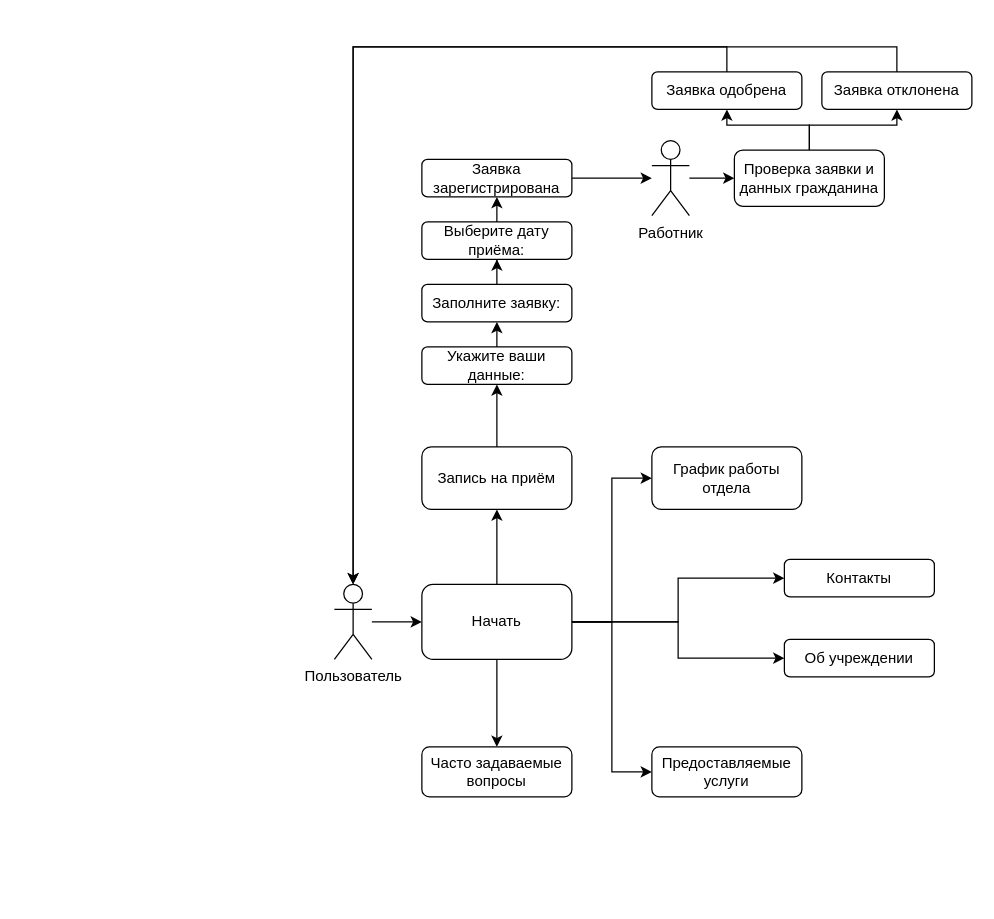
Above: Диаграмма без названия.drawio in notstateplayhx/Diplom (draw.io), before the change. Source tidied: cells renumbered, new cells numbered last; positions are measured from the earlier drawing's top-left corner, leaving out a move shared by most shapes. Both pictures are drawn from the tidied source at 125%, with x=0, y=0 at pixel (334, 71).
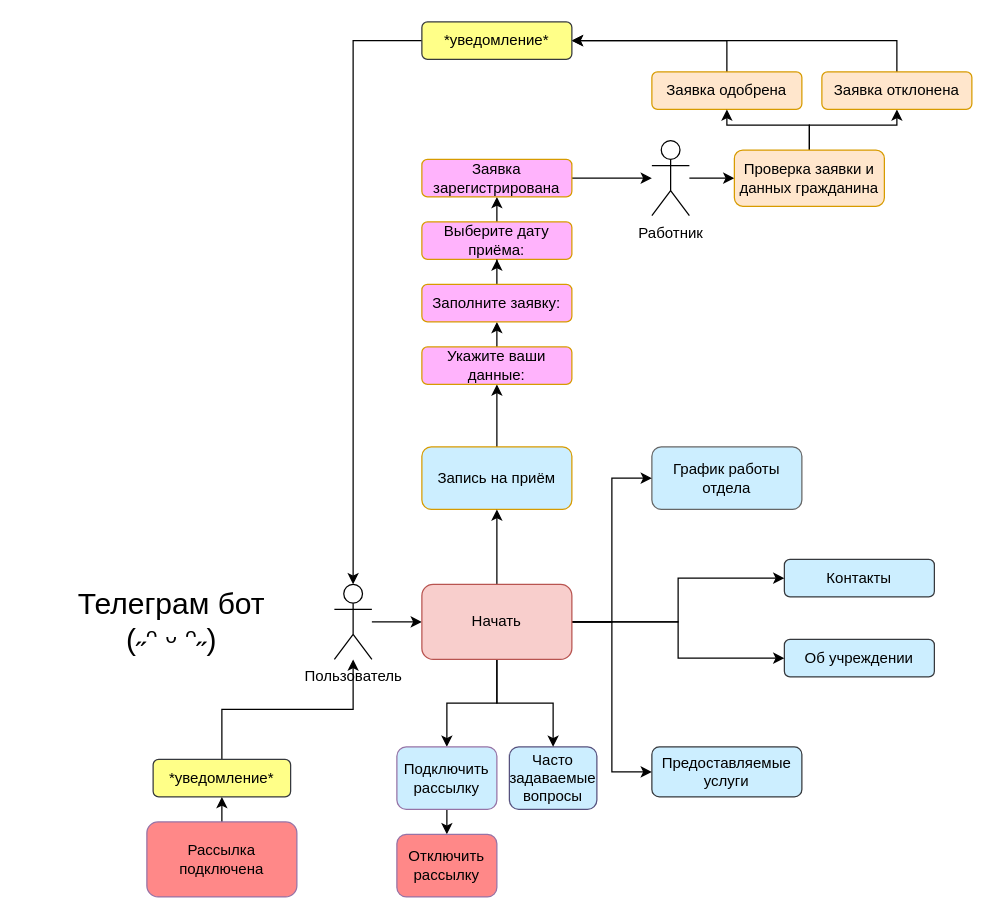
After the change.

The change refers to these unchanged cells:
```xml
<mxCell id="3" value="Пользователь" style="shape=umlActor;verticalLabelPosition=bottom;verticalAlign=top;html=1;outlineConnect=0;" parent="1" vertex="1">
  <mxGeometry y="410" width="30" height="60" as="geometry" />
</mxCell>
```

What changed in the source:
```diff
@@
-    <mxCell id="5" value="Запись на приём" style="rounded=1;whiteSpace=wrap;html=1;" parent="1" vertex="1">
+    <mxCell id="5" value="Запись на приём" style="rounded=1;whiteSpace=wrap;html=1;fillColor=#CCEEFF;strokeColor=#d79b00;" parent="1" vertex="1">
       <mxGeometry x="70" y="300" width="120" height="50" as="geometry" />
     </mxCell>
-    <mxCell id="6" value="График работы отдела" style="rounded=1;whiteSpace=wrap;html=1;" parent="1" vertex="1">
+    <mxCell id="6" value="&lt;font color=&quot;#000000&quot;&gt;График работы отдела&lt;/font&gt;" style="rounded=1;whiteSpace=wrap;html=1;fillColor=#CCEEFF;fontColor=#333333;strokeColor=#666666;" parent="1" vertex="1">
       <mxGeometry x="254" y="300" width="120" height="50" as="geometry" />
     </mxCell>
-    <mxCell id="7" value="Контакты" style="rounded=1;whiteSpace=wrap;html=1;" parent="1" vertex="1">
+    <mxCell id="7" value="Контакты" style="rounded=1;whiteSpace=wrap;html=1;fillColor=#CCEEFF;strokeColor=#36393d;" parent="1" vertex="1">
       <mxGeometry x="360" y="390" width="120" height="30" as="geometry" />
     </mxCell>
-    <mxCell id="8" value="Об учреждении" style="rounded=1;whiteSpace=wrap;html=1;" parent="1" vertex="1">
+    <mxCell id="8" value="Об учреждении" style="rounded=1;whiteSpace=wrap;html=1;fillColor=#CCEEFF;strokeColor=#36393d;" parent="1" vertex="1">
       <mxGeometry x="360" y="454" width="120" height="30" as="geometry" />
     </mxCell>
-    <mxCell id="9" value="Предоставляемые услуги" style="rounded=1;whiteSpace=wrap;html=1;" parent="1" vertex="1">
+    <mxCell id="9" value="Предоставляемые услуги" style="rounded=1;whiteSpace=wrap;html=1;fillColor=#CCEEFF;strokeColor=#36393d;" parent="1" vertex="1">
       <mxGeometry x="254" y="540" width="120" height="40" as="geometry" />
     </mxCell>
-    <mxCell id="10" value="Часто задаваемые вопросы" style="rounded=1;whiteSpace=wrap;html=1;" parent="1" vertex="1">
-      <mxGeometry x="70" y="540" width="120" height="40" as="geometry" />
+    <mxCell id="10" value="Часто задаваемые вопросы" style="rounded=1;whiteSpace=wrap;html=1;fillColor=#CCEEFF;strokeColor=#56517e;" parent="1" vertex="1">
+      <mxGeometry x="140" y="540" width="70" height="50" as="geometry" />
     </mxCell>
@@
+    <mxCell id="36" style="edgeStyle=orthogonalEdgeStyle;rounded=0;jettySize=auto;html=1;exitX=0.5;exitY=1;exitDx=0;exitDy=0;entryX=0.5;entryY=0;entryDx=0;entryDy=0;" parent="1" edge="1" source="17" target="41">
+      <mxGeometry relative="1" as="geometry" />
+    </mxCell>
-    <mxCell id="17" value="Начать" style="rounded=1;whiteSpace=wrap;html=1;" parent="1" vertex="1">
+    <mxCell id="17" value="Начать" style="rounded=1;whiteSpace=wrap;html=1;fillColor=#f8cecc;strokeColor=#b85450;" parent="1" vertex="1">
       <mxGeometry x="70" y="410" width="120" height="60" as="geometry" />
     </mxCell>
@@
-    <mxCell id="19" value="Укажите ваши данные:" style="rounded=1;whiteSpace=wrap;html=1;" parent="1" vertex="1">
+    <mxCell id="19" value="Укажите ваши данные:" style="rounded=1;whiteSpace=wrap;html=1;fillColor=#FFB3FC;strokeColor=#d79b00;" parent="1" vertex="1">
       <mxGeometry x="70" y="220" width="120" height="30" as="geometry" />
     </mxCell>
@@
-    <mxCell id="21" value="Выберите дату приёма:" style="rounded=1;whiteSpace=wrap;html=1;" parent="1" vertex="1">
+    <mxCell id="21" value="Выберите дату приёма:" style="rounded=1;whiteSpace=wrap;html=1;fillColor=#FFB3FC;strokeColor=#d79b00;" parent="1" vertex="1">
       <mxGeometry x="70" y="120" width="120" height="30" as="geometry" />
     </mxCell>
@@
-    <mxCell id="23" value="Заполните заявку:" style="rounded=1;whiteSpace=wrap;html=1;" parent="1" vertex="1">
+    <mxCell id="23" value="Заполните заявку:" style="rounded=1;whiteSpace=wrap;html=1;fillColor=#FFB3FC;strokeColor=#d79b00;" parent="1" vertex="1">
       <mxGeometry x="70" y="170" width="120" height="30" as="geometry" />
     </mxCell>
@@
+    <mxCell id="37" style="edgeStyle=orthogonalEdgeStyle;rounded=0;jettySize=auto;html=1;exitX=0.5;exitY=0;exitDx=0;exitDy=0;entryX=1;entryY=0.5;entryDx=0;entryDy=0;" parent="1" edge="1" source="26" target="45">
+      <mxGeometry relative="1" as="geometry" />
+    </mxCell>
-    <mxCell id="26" value="Заявка одобрена" style="rounded=1;whiteSpace=wrap;html=1;" parent="1" vertex="1">
+    <mxCell id="26" value="Заявка одобрена" style="rounded=1;whiteSpace=wrap;html=1;fillColor=#ffe6cc;strokeColor=#d79b00;" parent="1" vertex="1">
       <mxGeometry x="254" width="120" height="30" as="geometry" />
     </mxCell>
@@
-    <mxCell id="29" value="Проверка заявки и данных гражданина" style="rounded=1;whiteSpace=wrap;html=1;" parent="1" vertex="1">
+    <mxCell id="29" value="Проверка заявки и данных гражданина" style="rounded=1;whiteSpace=wrap;html=1;fillColor=#ffe6cc;strokeColor=#d79b00;" parent="1" vertex="1">
       <mxGeometry x="320" y="62.5" width="120" height="45" as="geometry" />
     </mxCell>
@@
-    <mxCell id="31" style="edgeStyle=orthogonalEdgeStyle;rounded=0;jettySize=auto;html=1;exitX=0.5;exitY=0;exitDx=0;exitDy=0;entryX=0.5;entryY=0;entryDx=0;entryDy=0;entryPerimeter=0;" parent="1" edge="1" source="26" target="3">
-      <mxGeometry relative="1" as="geometry" />
-    </mxCell>
@@
-    <mxCell id="33" value="Заявка зарегистрирована" style="rounded=1;whiteSpace=wrap;html=1;" parent="1" vertex="1">
+    <mxCell id="33" value="Заявка зарегистрирована" style="rounded=1;whiteSpace=wrap;html=1;fillColor=#FFB3FC;strokeColor=#d79b00;" parent="1" vertex="1">
       <mxGeometry x="70" y="70" width="120" height="30" as="geometry" />
     </mxCell>
+    <mxCell id="38" style="edgeStyle=orthogonalEdgeStyle;rounded=0;jettySize=auto;html=1;exitX=0.5;exitY=0;exitDx=0;exitDy=0;entryX=1;entryY=0.5;entryDx=0;entryDy=0;" parent="1" edge="1" source="34" target="45">
+      <mxGeometry relative="1" as="geometry" />
+    </mxCell>
-    <mxCell id="34" value="Заявка отклонена" style="rounded=1;whiteSpace=wrap;html=1;" parent="1" vertex="1">
+    <mxCell id="34" value="Заявка отклонена" style="rounded=1;whiteSpace=wrap;html=1;fillColor=#ffe6cc;strokeColor=#d79b00;" parent="1" vertex="1">
       <mxGeometry x="390" width="120" height="30" as="geometry" />
     </mxCell>
-    <mxCell id="35" style="edgeStyle=orthogonalEdgeStyle;rounded=0;jettySize=auto;html=1;exitX=0.5;exitY=0;exitDx=0;exitDy=0;entryX=0.5;entryY=0;entryDx=0;entryDy=0;entryPerimeter=0;" parent="1" edge="1" source="34" target="3">
-      <mxGeometry relative="1" as="geometry" />
-    </mxCell>
+    <mxCell id="39" value="&lt;font style=&quot;font-size: 24px;&quot;&gt;Телеграм бот&lt;/font&gt;&lt;div&gt;&lt;font size=&quot;3&quot; style=&quot;&quot;&gt;&lt;h2 class=&quot;OrganicTitle-LinkText organic__url-text&quot; style=&quot;font-style: inherit; font-variant: inherit; font-weight: inherit; font-stretch: inherit; line-height: inherit; font-family: inherit; font-optical-sizing: inherit; font-size-adjust: inherit; font-kerning: inherit; font-feature-settings: inherit; font-variation-settings: inherit; margin: 0px; word-break: break-word; hyphens: auto;&quot;&gt;&lt;span style=&quot;&quot; class=&quot;OrganicTitleContentSpan pqldIOU9Xebsb41w01VA&quot; role=&quot;text&quot;&gt;(˶ᵔ ᵕ ᵔ˶)&lt;/span&gt;&lt;/h2&gt;&lt;/font&gt;&lt;/div&gt;" style="text;html=1;align=center;verticalAlign=middle;whiteSpace=wrap;rounded=0;strokeWidth=12;" parent="1" vertex="1">
+      <mxGeometry x="-250" y="410" width="240" height="60" as="geometry" />
+    </mxCell>
+    <mxCell id="40" style="edgeStyle=orthogonalEdgeStyle;rounded=0;jettySize=auto;html=1;exitX=0.5;exitY=1;exitDx=0;exitDy=0;entryX=0.5;entryY=0;entryDx=0;entryDy=0;" parent="1" edge="1" source="41" target="46">
+      <mxGeometry relative="1" as="geometry" />
+    </mxCell>
+    <mxCell id="41" value="Подключить рассылку" style="rounded=1;whiteSpace=wrap;html=1;fillColor=#CCEEFF;strokeColor=#9673a6;" parent="1" vertex="1">
+      <mxGeometry x="50" y="540" width="80" height="50" as="geometry" />
+    </mxCell>
+    <mxCell id="42" style="edgeStyle=orthogonalEdgeStyle;rounded=0;jettySize=auto;html=1;exitX=0.5;exitY=0;exitDx=0;exitDy=0;" parent="1" edge="1" source="43" target="3">
+      <mxGeometry relative="1" as="geometry" />
+    </mxCell>
+    <mxCell id="43" value="*уведомление*" style="rounded=1;whiteSpace=wrap;html=1;fillColor=#ffff88;strokeColor=#36393d;" parent="1" vertex="1">
+      <mxGeometry x="-145" y="550" width="110" height="30" as="geometry" />
+    </mxCell>
+    <mxCell id="44" style="edgeStyle=orthogonalEdgeStyle;rounded=0;jettySize=auto;html=1;exitX=0;exitY=0.5;exitDx=0;exitDy=0;" parent="1" edge="1" source="45" target="3">
+      <mxGeometry relative="1" as="geometry" />
+    </mxCell>
+    <mxCell id="45" value="*уведомление*" style="rounded=1;whiteSpace=wrap;html=1;fillColor=#ffff88;strokeColor=#36393d;" parent="1" vertex="1">
+      <mxGeometry x="70" y="-40" width="120" height="30" as="geometry" />
+    </mxCell>
+    <mxCell id="46" value="Отключить рассылку" style="rounded=1;whiteSpace=wrap;html=1;fillColor=#FF8888;strokeColor=#9673a6;" parent="1" vertex="1">
+      <mxGeometry x="50" y="610" width="80" height="50" as="geometry" />
+    </mxCell>
+    <mxCell id="47" style="edgeStyle=orthogonalEdgeStyle;rounded=0;jettySize=auto;html=1;exitX=0.5;exitY=0;exitDx=0;exitDy=0;entryX=0.5;entryY=1;entryDx=0;entryDy=0;" parent="1" edge="1" source="48" target="43">
+      <mxGeometry relative="1" as="geometry" />
+    </mxCell>
+    <mxCell id="48" value="Рассылка подключена" style="rounded=1;whiteSpace=wrap;html=1;fillColor=#FF8888;strokeColor=#9673a6;" parent="1" vertex="1">
+      <mxGeometry x="-150" y="600" width="120" height="60" as="geometry" />
+    </mxCell>
```
